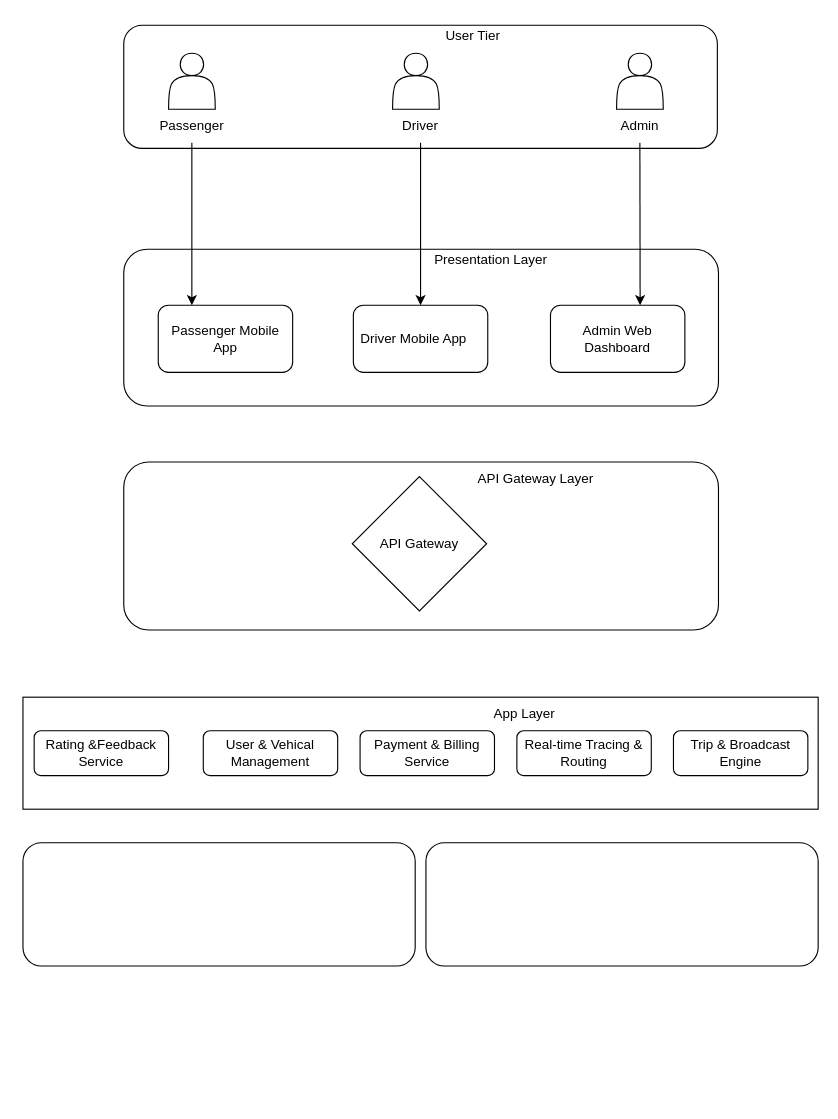
Above: SEPP_CW2_ System_Architectural_Diagram.drawio in Anuja-jayasinghe/DrawIo_Projects (draw.io), before the change. Source tidied: cells renumbered, new cells numbered last; positions are measured from the earlier drawing's top-left corner, leaving out a move shared by most shapes. Both pictures are drawn from the tidied source at 112%, with x=0, y=0 at pixel (22, 19).
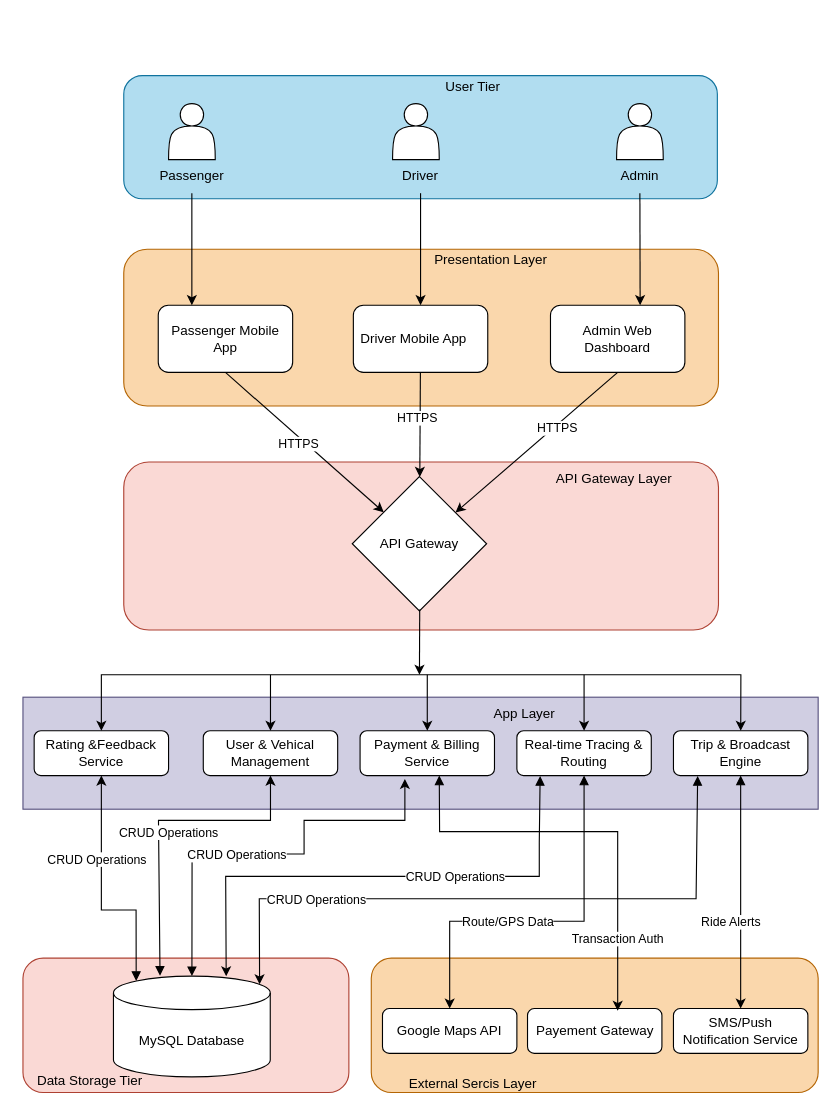
After the change.

The change refers to these unchanged cells:
```xml
<mxCell id="12" value="Passenger Mobile App" style="rounded=1;whiteSpace=wrap;html=1;" parent="1" vertex="1">
  <mxGeometry x="120.8" y="255" width="120" height="60" as="geometry" />
</mxCell>
<mxCell id="13" value="Admin Web Dashboard" style="rounded=1;whiteSpace=wrap;html=1;" parent="1" vertex="1">
  <mxGeometry x="471" y="255" width="120" height="60" as="geometry" />
</mxCell>
<mxCell id="14" value="Driver Mobile App&lt;span style=&quot;white-space: pre;&quot;&gt;&#9;&lt;/span&gt;" style="rounded=1;whiteSpace=wrap;html=1;" parent="1" vertex="1">
  <mxGeometry x="295" y="255" width="120" height="60" as="geometry" />
</mxCell>
<mxCell id="20" value="API Gateway" style="rhombus;whiteSpace=wrap;html=1;" parent="1" vertex="1">
  <mxGeometry x="294" y="408" width="120" height="120" as="geometry" />
</mxCell>
<mxCell id="23" value="Rating &amp;amp;Feedback Service" style="rounded=1;whiteSpace=wrap;html=1;" parent="1" vertex="1">
  <mxGeometry x="10" y="635" width="120" height="40" as="geometry" />
</mxCell>
<mxCell id="24" value="Real-time Tracing &amp;amp; Routing" style="rounded=1;whiteSpace=wrap;html=1;" parent="1" vertex="1">
  <mxGeometry x="441" y="635" width="120" height="40" as="geometry" />
</mxCell>
<mxCell id="25" value="Payment &amp;amp; Billing Service" style="rounded=1;whiteSpace=wrap;html=1;" parent="1" vertex="1">
  <mxGeometry x="301" y="635" width="120" height="40" as="geometry" />
</mxCell>
<mxCell id="26" value="User &amp;amp; Vehical Management" style="rounded=1;whiteSpace=wrap;html=1;" parent="1" vertex="1">
  <mxGeometry x="161" y="635" width="120" height="40" as="geometry" />
</mxCell>
<mxCell id="27" value="Trip &amp;amp; Broadcast Engine" style="rounded=1;whiteSpace=wrap;html=1;" parent="1" vertex="1">
  <mxGeometry x="580.8" y="635" width="120" height="40" as="geometry" />
</mxCell>
```

The edit, as a diff of the source:
```diff
@@
-    <mxCell id="2" style="rounded=1;whiteSpace=wrap;html=1;" parent="1" vertex="1">
-      <mxGeometry x="90" y="5" width="530" height="110" as="geometry" />
+    <mxCell id="2" style="rounded=1;whiteSpace=wrap;html=1;fillColor=#b1ddf0;strokeColor=#10739e;" parent="1" vertex="1">
+      <mxGeometry x="90" y="50" width="530" height="110" as="geometry" />
     </mxCell>
     <mxCell id="3" style="shape=actor;whiteSpace=wrap;html=1;" parent="1" vertex="1">
-      <mxGeometry x="130" y="30" width="41.7" height="50" as="geometry" />
+      <mxGeometry x="130" y="75" width="41.7" height="50" as="geometry" />
     </mxCell>
     <mxCell id="4" style="shape=actor;whiteSpace=wrap;html=1;" parent="1" vertex="1">
-      <mxGeometry x="530" y="30" width="41.7" height="50" as="geometry" />
+      <mxGeometry x="530" y="75" width="41.7" height="50" as="geometry" />
     </mxCell>
     <mxCell id="5" style="shape=actor;whiteSpace=wrap;html=1;" parent="1" vertex="1">
-      <mxGeometry x="330" y="30" width="41.7" height="50" as="geometry" />
+      <mxGeometry x="330" y="75" width="41.7" height="50" as="geometry" />
     </mxCell>
     <mxCell id="6" value="Passenger" style="text;html=1;whiteSpace=wrap;strokeColor=none;fillColor=none;align=center;verticalAlign=middle;rounded=0;" parent="1" vertex="1">
-      <mxGeometry x="120.8" y="80" width="60" height="30" as="geometry" />
+      <mxGeometry x="120.8" y="125" width="60" height="30" as="geometry" />
     </mxCell>
     <mxCell id="7" value="Admin" style="text;html=1;whiteSpace=wrap;strokeColor=none;fillColor=none;align=center;verticalAlign=middle;rounded=0;" parent="1" vertex="1">
-      <mxGeometry x="520.8" y="80" width="60" height="30" as="geometry" />
+      <mxGeometry x="520.8" y="125" width="60" height="30" as="geometry" />
     </mxCell>
     <mxCell id="8" value="Driver" style="text;html=1;whiteSpace=wrap;strokeColor=none;fillColor=none;align=center;verticalAlign=middle;rounded=0;" parent="1" vertex="1">
-      <mxGeometry x="325" y="80" width="60" height="30" as="geometry" />
+      <mxGeometry x="325" y="125" width="60" height="30" as="geometry" />
     </mxCell>
-    <mxCell id="9" style="rounded=1;whiteSpace=wrap;html=1;" parent="1" vertex="1">
+    <mxCell id="9" style="rounded=1;whiteSpace=wrap;html=1;fillColor=#fad7ac;strokeColor=#b46504;" parent="1" vertex="1">
       <mxGeometry x="90" y="205" width="531" height="140" as="geometry" />
     </mxCell>
     <mxCell id="10" value="User Tier" style="text;html=1;whiteSpace=wrap;strokeColor=none;fillColor=none;align=center;verticalAlign=middle;rounded=0;" parent="1" vertex="1">
-      <mxGeometry x="371.7" width="60" height="30" as="geometry" />
+      <mxGeometry x="371.7" y="45" width="60" height="30" as="geometry" />
     </mxCell>
@@
-    <mxCell id="18" style="rounded=0;whiteSpace=wrap;html=1;" parent="1" vertex="1">
+    <mxCell id="18" style="rounded=0;whiteSpace=wrap;html=1;fillColor=#d0cee2;strokeColor=#56517e;" parent="1" vertex="1">
       <mxGeometry y="605" width="710" height="100" as="geometry" />
     </mxCell>
-    <mxCell id="19" style="rounded=1;whiteSpace=wrap;html=1;" parent="1" vertex="1">
+    <mxCell id="19" style="rounded=1;whiteSpace=wrap;html=1;fillColor=#fad9d5;strokeColor=#ae4132;" parent="1" vertex="1">
       <mxGeometry x="90" y="395" width="531" height="150" as="geometry" />
     </mxCell>
@@
     <mxCell id="21" value="API Gateway Layer" style="text;html=1;whiteSpace=wrap;strokeColor=none;fillColor=none;align=center;verticalAlign=middle;rounded=0;" parent="1" vertex="1">
-      <mxGeometry x="394.8" y="395" width="126" height="30" as="geometry" />
+      <mxGeometry x="465" y="395" width="126" height="30" as="geometry" />
     </mxCell>
@@
-    <mxCell id="28" style="rounded=1;whiteSpace=wrap;html=1;" parent="1" vertex="1">
-      <mxGeometry x="359.8" y="735" width="350.2" height="110" as="geometry" />
+    <mxCell id="28" style="rounded=1;whiteSpace=wrap;html=1;fillColor=#fad7ac;strokeColor=#b46504;" parent="1" vertex="1">
+      <mxGeometry x="311" y="838" width="399" height="120" as="geometry" />
     </mxCell>
-    <mxCell id="29" style="rounded=1;whiteSpace=wrap;html=1;" parent="1" vertex="1">
-      <mxGeometry y="735" width="350.2" height="110" as="geometry" />
+    <mxCell id="29" style="rounded=1;whiteSpace=wrap;html=1;fillColor=#fad9d5;strokeColor=#ae4132;" parent="1" vertex="1">
+      <mxGeometry y="838" width="291" height="120" as="geometry" />
     </mxCell>
+    <mxCell id="30" value="MySQL Database" style="shape=cylinder3;whiteSpace=wrap;html=1;boundedLbl=1;backgroundOutline=1;size=15;" parent="1" vertex="1">
+      <mxGeometry x="80.8" y="854" width="140" height="90" as="geometry" />
+    </mxCell>
+    <mxCell id="31" value="Google Maps API" style="rounded=1;whiteSpace=wrap;html=1;" parent="1" vertex="1">
+      <mxGeometry x="321" y="883" width="120" height="40" as="geometry" />
+    </mxCell>
+    <mxCell id="32" value="Payement Gateway" style="rounded=1;whiteSpace=wrap;html=1;" parent="1" vertex="1">
+      <mxGeometry x="450.5" y="883" width="120" height="40" as="geometry" />
+    </mxCell>
+    <mxCell id="33" value="SMS/Push Notification Service" style="rounded=1;whiteSpace=wrap;html=1;" parent="1" vertex="1">
+      <mxGeometry x="580.8" y="883" width="120" height="40" as="geometry" />
+    </mxCell>
+    <mxCell id="34" value="External Sercis Layer" style="text;html=1;whiteSpace=wrap;strokeColor=none;fillColor=none;align=center;verticalAlign=middle;rounded=0;" parent="1" vertex="1">
+      <mxGeometry x="338.7" y="935" width="126" height="30" as="geometry" />
+    </mxCell>
+    <mxCell id="35" value="Data Storage Tier" style="text;html=1;whiteSpace=wrap;strokeColor=none;fillColor=none;align=center;verticalAlign=middle;rounded=0;" parent="1" vertex="1">
+      <mxGeometry x="-3.2" y="933" width="126" height="30" as="geometry" />
+    </mxCell>
+    <mxCell id="36" style="endArrow=classic;html=1;rounded=0;exitX=0.5;exitY=1;exitDx=0;exitDy=0;" parent="1" edge="1" source="12" target="20">
+      <mxGeometry relative="1" as="geometry" />
+    </mxCell>
+    <mxCell id="37" value="HTTPS" style="edgeLabel;html=1;align=center;verticalAlign=middle;" parent="36" vertex="1">
+      <mxGeometry x="-0.03" y="-5" relative="1" as="geometry" />
+    </mxCell>
+    <mxCell id="38" style="endArrow=classic;html=1;rounded=0;" parent="1" edge="1" source="14" target="20">
+      <mxGeometry relative="1" as="geometry" />
+    </mxCell>
+    <mxCell id="39" value="HTTPS" style="edgeLabel;html=1;align=center;verticalAlign=middle;" parent="38" vertex="1">
+      <mxGeometry x="-0.12" y="-3" relative="1" as="geometry" />
+    </mxCell>
+    <mxCell id="40" style="endArrow=classic;html=1;rounded=0;exitX=0.5;exitY=1;exitDx=0;exitDy=0;" parent="1" edge="1" source="13" target="20">
+      <mxGeometry relative="1" as="geometry" />
+    </mxCell>
+    <mxCell id="41" value="HTTPS" style="edgeLabel;html=1;align=center;verticalAlign=middle;" parent="40" vertex="1">
+      <mxGeometry x="-0.23" y="2" relative="1" as="geometry" />
+    </mxCell>
+    <mxCell id="42" style="endArrow=classic;html=1;rounded=0;startArrow=block;startFill=1;entryX=0.719;entryY=0.002;entryDx=0;entryDy=0;entryPerimeter=0;exitX=0.173;exitY=1.011;exitDx=0;exitDy=0;exitPerimeter=0;" parent="1" edge="1" source="24" target="30">
+      <mxGeometry relative="1" as="geometry">
+        <Array as="points">
+          <mxPoint x="461" y="735" />
+          <mxPoint x="461" y="765" />
+          <mxPoint x="291" y="765" />
+          <mxPoint x="181" y="765" />
+        </Array>
+      </mxGeometry>
+    </mxCell>
+    <mxCell id="43" value="CRUD Operations" style="edgeLabel;html=1;align=center;verticalAlign=middle;" parent="42" vertex="1">
+      <mxGeometry relative="1" as="geometry">
+        <mxPoint x="64" as="offset" />
+      </mxGeometry>
+    </mxCell>
+    <mxCell id="44" style="endArrow=classic;startArrow=classic;html=1;rounded=0;" parent="1" edge="1" source="23" target="27">
+      <mxGeometry relative="1" as="geometry">
+        <Array as="points">
+          <mxPoint x="70" y="585" />
+          <mxPoint x="641" y="585" />
+        </Array>
+      </mxGeometry>
+    </mxCell>
+    <mxCell id="45" style="endArrow=classic;html=1;rounded=0;exitX=0.502;exitY=0.989;exitDx=0;exitDy=0;exitPerimeter=0;" parent="1" edge="1" source="20">
+      <mxGeometry relative="1" as="geometry">
+        <mxPoint x="354" y="585" as="targetPoint" />
+      </mxGeometry>
+    </mxCell>
+    <mxCell id="46" style="endArrow=classic;html=1;rounded=0;" parent="1" edge="1" target="24">
+      <mxGeometry relative="1" as="geometry">
+        <mxPoint x="501" y="585" as="sourcePoint" />
+      </mxGeometry>
+    </mxCell>
+    <mxCell id="47" style="endArrow=classic;html=1;rounded=0;" parent="1" edge="1" target="26">
+      <mxGeometry relative="1" as="geometry">
+        <mxPoint x="221" y="585" as="sourcePoint" />
+      </mxGeometry>
+    </mxCell>
+    <mxCell id="48" style="endArrow=classic;html=1;rounded=0;" parent="1" edge="1" target="25">
+      <mxGeometry relative="1" as="geometry">
+        <mxPoint x="361" y="585" as="sourcePoint" />
+      </mxGeometry>
+    </mxCell>
+    <mxCell id="49" style="endArrow=classic;html=1;rounded=0;startArrow=block;startFill=1;exitX=0.145;exitY=0;exitDx=0;exitDy=4.35;exitPerimeter=0;" parent="1" edge="1" source="30" target="23">
+      <mxGeometry relative="1" as="geometry">
+        <Array as="points">
+          <mxPoint x="101" y="795" />
+          <mxPoint x="70" y="795" />
+        </Array>
+      </mxGeometry>
+    </mxCell>
+    <mxCell id="50" value="CRUD Operations" style="edgeLabel;html=1;align=center;verticalAlign=middle;" parent="49" vertex="1">
+      <mxGeometry relative="1" as="geometry">
+        <mxPoint x="-5" y="-33" as="offset" />
+      </mxGeometry>
+    </mxCell>
+    <mxCell id="51" style="endArrow=classic;html=1;rounded=0;startArrow=block;startFill=1;entryX=0.932;entryY=0.082;entryDx=0;entryDy=0;entryPerimeter=0;exitX=0.18;exitY=1.011;exitDx=0;exitDy=0;exitPerimeter=0;" parent="1" edge="1" source="27" target="30">
+      <mxGeometry relative="1" as="geometry">
+        <Array as="points">
+          <mxPoint x="601" y="785" />
+          <mxPoint x="211" y="785" />
+        </Array>
+      </mxGeometry>
+    </mxCell>
+    <mxCell id="52" value="CRUD Operations" style="edgeLabel;html=1;align=center;verticalAlign=middle;" parent="51" vertex="1">
+      <mxGeometry relative="1" as="geometry">
+        <mxPoint x="-161" as="offset" />
+      </mxGeometry>
+    </mxCell>
+    <mxCell id="53" style="endArrow=classic;html=1;rounded=0;startArrow=block;startFill=1;" parent="1" edge="1" source="30">
+      <mxGeometry relative="1" as="geometry">
+        <mxPoint x="341" y="678" as="targetPoint" />
+        <Array as="points">
+          <mxPoint x="151" y="745" />
+          <mxPoint x="251" y="745" />
+          <mxPoint x="251" y="715" />
+          <mxPoint x="341" y="715" />
+        </Array>
+      </mxGeometry>
+    </mxCell>
+    <mxCell id="54" value="CRUD Operations" style="edgeLabel;html=1;align=center;verticalAlign=middle;" parent="53" vertex="1">
+      <mxGeometry relative="1" as="geometry">
+        <mxPoint x="-34" as="offset" />
+      </mxGeometry>
+    </mxCell>
+    <mxCell id="55" style="endArrow=classic;html=1;rounded=0;startArrow=block;startFill=1;exitX=0.297;exitY=-0.004;exitDx=0;exitDy=0;exitPerimeter=0;" parent="1" edge="1" source="30" target="26">
+      <mxGeometry relative="1" as="geometry">
+        <Array as="points">
+          <mxPoint x="121" y="715" />
+          <mxPoint x="221" y="715" />
+        </Array>
+      </mxGeometry>
+    </mxCell>
+    <mxCell id="56" value="CRUD Operations" style="edgeLabel;html=1;align=center;verticalAlign=middle;" parent="55" vertex="1">
+      <mxGeometry relative="1" as="geometry">
+        <mxPoint x="8" y="10" as="offset" />
+      </mxGeometry>
+    </mxCell>
+    <mxCell id="57" style="endArrow=classic;html=1;rounded=0;startArrow=block;startFill=1;" parent="1" edge="1" source="24" target="31">
+      <mxGeometry relative="1" as="geometry">
+        <Array as="points">
+          <mxPoint x="501" y="805" />
+          <mxPoint x="381" y="805" />
+        </Array>
+      </mxGeometry>
+    </mxCell>
+    <mxCell id="58" value="Route/GPS Data" style="edgeLabel;html=1;align=center;verticalAlign=middle;" parent="57" vertex="1">
+      <mxGeometry relative="1" as="geometry">
+        <mxPoint x="-35" as="offset" />
+      </mxGeometry>
+    </mxCell>
+    <mxCell id="59" style="endArrow=classic;html=1;rounded=0;startArrow=block;startFill=1;entryX=0.671;entryY=0.05;entryDx=0;entryDy=0;entryPerimeter=0;" parent="1" edge="1" target="32">
+      <mxGeometry relative="1" as="geometry">
+        <mxPoint x="371.7" y="675" as="sourcePoint" />
+        <Array as="points">
+          <mxPoint x="372" y="725" />
+          <mxPoint x="531" y="725" />
+        </Array>
+      </mxGeometry>
+    </mxCell>
+    <mxCell id="60" value="Transaction Auth" style="edgeLabel;html=1;align=center;verticalAlign=middle;" parent="59" vertex="1">
+      <mxGeometry relative="1" as="geometry">
+        <mxPoint x="24" y="95" as="offset" />
+      </mxGeometry>
+    </mxCell>
+    <mxCell id="61" style="endArrow=classic;html=1;rounded=0;startArrow=block;startFill=1;entryX=0.5;entryY=0;entryDx=0;entryDy=0;" parent="1" edge="1" source="27" target="33">
+      <mxGeometry relative="1" as="geometry" />
+    </mxCell>
+    <mxCell id="62" value="Ride Alerts" style="edgeLabel;html=1;align=center;verticalAlign=middle;" parent="61" vertex="1">
+      <mxGeometry relative="1" as="geometry">
+        <mxPoint x="-9" y="26" as="offset" />
+      </mxGeometry>
+    </mxCell>
```
